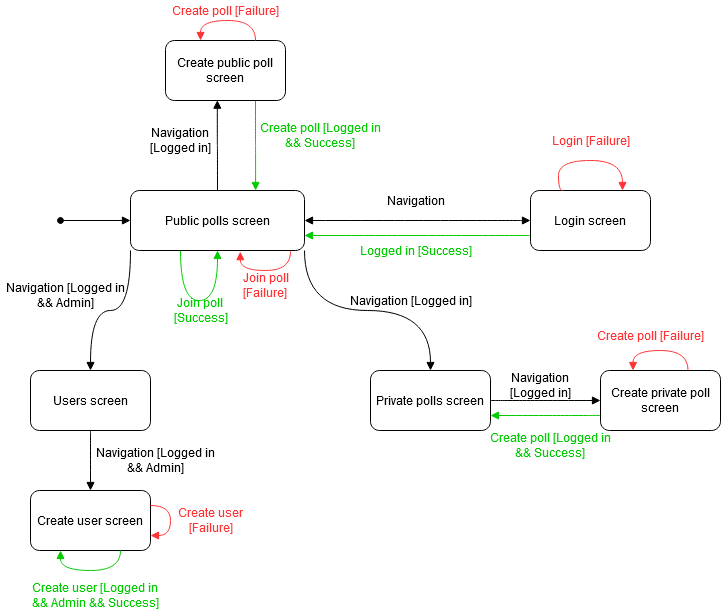
The draw.io diagram designdocument/assets/applicationflowdiagram.png in DAT250-Project-Groups-1/Design-and-Prototyping-Assignment-A, before a commit. Source tidied: cells renumbered, new cells last; positions are measured from the earlier drawing's top-left corner, leaving out a move shared by most shapes.
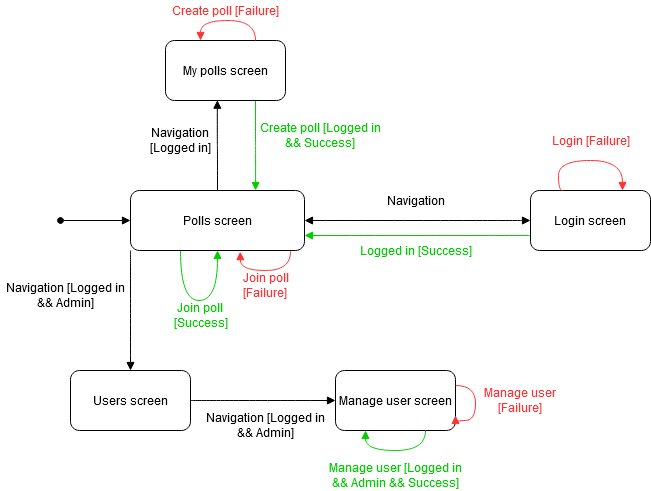
Later version of the same file.

Change to the diagram source:
```diff
@@ -2,24 +2,24 @@
   <root>
     <mxCell id="0" />
     <mxCell id="1" parent="0" />
-    <mxCell id="2" style="edgeStyle=orthogonalEdgeStyle;curved=1;jumpSize=8;jettySize=auto;html=1;entryX=1;entryY=0.5;entryDx=0;entryDy=0;startArrow=block;startFill=1;endArrow=block;endFill=1;" parent="1" edge="1" source="5" target="10">
+    <mxCell id="2" style="edgeStyle=orthogonalEdgeStyle;curved=1;jumpSize=8;jettySize=auto;html=1;entryX=1;entryY=0.5;entryDx=0;entryDy=0;startArrow=block;startFill=1;endArrow=block;endFill=1;" parent="1" edge="1" source="5" target="9">
       <mxGeometry relative="1" as="geometry" />
     </mxCell>
-    <mxCell id="3" style="edgeStyle=orthogonalEdgeStyle;curved=1;jumpSize=8;jettySize=auto;html=1;exitX=0;exitY=1;exitDx=0;exitDy=0;entryX=0.5;entryY=0;entryDx=0;entryDy=0;startArrow=none;startFill=0;endArrow=block;endFill=1;" parent="1" edge="1" source="10" target="14">
+    <mxCell id="3" style="edgeStyle=orthogonalEdgeStyle;curved=1;jumpSize=8;jettySize=auto;html=1;exitX=0;exitY=1;exitDx=0;exitDy=0;entryX=0.5;entryY=0;entryDx=0;entryDy=0;startArrow=none;startFill=0;endArrow=block;endFill=1;" parent="1" edge="1" source="9" target="11">
       <mxGeometry relative="1" as="geometry" />
     </mxCell>
-    <mxCell id="4" style="edgeStyle=orthogonalEdgeStyle;curved=1;jumpSize=8;jettySize=auto;html=1;exitX=0;exitY=0.75;exitDx=0;exitDy=0;entryX=1;entryY=0.75;entryDx=0;entryDy=0;startArrow=none;startFill=0;endArrow=block;endFill=1;strokeColor=#00CC00;" parent="1" edge="1" source="5" target="10">
+    <mxCell id="4" style="edgeStyle=orthogonalEdgeStyle;curved=1;jumpSize=8;jettySize=auto;html=1;exitX=0;exitY=0.75;exitDx=0;exitDy=0;entryX=1;entryY=0.75;entryDx=0;entryDy=0;startArrow=none;startFill=0;endArrow=block;endFill=1;strokeColor=#00CC00;" parent="1" edge="1" source="5" target="9">
       <mxGeometry relative="1" as="geometry" />
     </mxCell>
     <mxCell id="5" value="Login screen" style="rounded=1;whiteSpace=wrap;html=1;" parent="1" vertex="1">
       <mxGeometry x="530" y="190" width="120" height="60" as="geometry" />
     </mxCell>
-    <mxCell id="6" style="edgeStyle=orthogonalEdgeStyle;rounded=0;jettySize=auto;html=1;startArrow=block;startFill=1;endArrow=oval;endFill=1;jumpSize=8;" parent="1" edge="1" source="10">
+    <mxCell id="6" style="edgeStyle=orthogonalEdgeStyle;rounded=0;jettySize=auto;html=1;startArrow=block;startFill=1;endArrow=oval;endFill=1;jumpSize=8;" parent="1" edge="1" source="9">
       <mxGeometry relative="1" as="geometry">
         <mxPoint x="60" y="220" as="targetPoint" />
       </mxGeometry>
     </mxCell>
-    <mxCell id="7" style="edgeStyle=orthogonalEdgeStyle;curved=1;jumpSize=8;orthogonalLoop=1;jettySize=auto;html=1;entryX=0.5;entryY=1;entryDx=0;entryDy=0;startArrow=none;startFill=0;endArrow=block;endFill=1;strokeColor=#00CC00;" parent="1" edge="1" source="10" target="10">
+    <mxCell id="7" style="edgeStyle=orthogonalEdgeStyle;curved=1;jumpSize=8;orthogonalLoop=1;jettySize=auto;html=1;entryX=0.5;entryY=1;entryDx=0;entryDy=0;startArrow=none;startFill=0;endArrow=block;endFill=1;strokeColor=#00CC00;" parent="1" edge="1" source="9" target="9">
       <mxGeometry relative="1" as="geometry">
         <Array as="points">
           <mxPoint x="180" y="300" />
@@ -27,138 +27,102 @@
         </Array>
       </mxGeometry>
     </mxCell>
-    <mxCell id="8" style="edgeStyle=orthogonalEdgeStyle;curved=1;jumpSize=8;jettySize=auto;html=1;exitX=1;exitY=1;exitDx=0;exitDy=0;entryX=0.5;entryY=0;entryDx=0;entryDy=0;startArrow=none;startFill=0;endArrow=block;endFill=1;strokeColor=#000000;" parent="1" edge="1" source="10" target="24">
+    <mxCell id="8" style="edgeStyle=orthogonalEdgeStyle;curved=1;jumpSize=8;jettySize=auto;html=1;entryX=0.432;entryY=0.995;entryDx=0;entryDy=0;entryPerimeter=0;startArrow=none;startFill=0;endArrow=block;endFill=1;strokeColor=#000000;" parent="1" edge="1" source="9" target="21">
       <mxGeometry relative="1" as="geometry" />
     </mxCell>
-    <mxCell id="9" style="edgeStyle=orthogonalEdgeStyle;curved=1;jumpSize=8;jettySize=auto;html=1;entryX=0.432;entryY=0.995;entryDx=0;entryDy=0;entryPerimeter=0;startArrow=none;startFill=0;endArrow=block;endFill=1;strokeColor=#000000;" parent="1" edge="1" source="10" target="26">
-      <mxGeometry relative="1" as="geometry" />
+    <mxCell id="9" value="Polls screen" style="rounded=1;whiteSpace=wrap;html=1;" parent="1" vertex="1">
+      <mxGeometry x="130" y="190" width="174" height="60" as="geometry" />
     </mxCell>
-    <mxCell id="10" value="Public polls screen" style="rounded=1;whiteSpace=wrap;html=1;" parent="1" vertex="1">
-      <mxGeometry x="130" y="190" width="174" height="60" as="geometry" />
+    <mxCell id="10" style="edgeStyle=orthogonalEdgeStyle;curved=1;jumpSize=8;jettySize=auto;html=1;exitX=1;exitY=0.5;exitDx=0;exitDy=0;startArrow=none;startFill=0;endArrow=block;endFill=1;" parent="1" edge="1" source="11" target="26">
+      <mxGeometry relative="1" as="geometry" />
     </mxCell>
-    <mxCell id="11" style="edgeStyle=orthogonalEdgeStyle;curved=1;jumpSize=8;jettySize=auto;html=1;exitX=0;exitY=0.75;exitDx=0;exitDy=0;entryX=1;entryY=0.75;entryDx=0;entryDy=0;startArrow=none;startFill=0;endArrow=block;endFill=1;strokeColor=#00CC00;" parent="1" edge="1" source="12" target="24">
-      <mxGeometry relative="1" as="geometry" />
+    <mxCell id="11" value="&lt;div&gt;Users screen&lt;/div&gt;" style="rounded=1;whiteSpace=wrap;html=1;" parent="1" vertex="1">
+      <mxGeometry x="70" y="370" width="120" height="60" as="geometry" />
     </mxCell>
-    <mxCell id="12" value="Create private poll screen" style="rounded=1;whiteSpace=wrap;html=1;" parent="1" vertex="1">
-      <mxGeometry x="600" y="370" width="120" height="60" as="geometry" />
+    <mxCell id="12" style="edgeStyle=orthogonalEdgeStyle;jumpSize=8;orthogonalLoop=1;jettySize=auto;html=1;exitX=0.75;exitY=0;exitDx=0;exitDy=0;startArrow=block;startFill=1;endArrow=none;endFill=0;curved=1;entryX=0.25;entryY=0;entryDx=0;entryDy=0;strokeColor=#FF3333;" parent="1" edge="1">
+      <mxGeometry relative="1" as="geometry">
+        <mxPoint x="622" y="190" as="sourcePoint" />
+        <mxPoint x="562" y="190" as="targetPoint" />
+        <Array as="points">
+          <mxPoint x="622" y="160" />
+          <mxPoint x="558" y="160" />
+          <mxPoint x="558" y="190" />
+        </Array>
+      </mxGeometry>
     </mxCell>
-    <mxCell id="13" style="edgeStyle=orthogonalEdgeStyle;curved=1;jumpSize=8;jettySize=auto;html=1;exitX=0.5;exitY=1;exitDx=0;exitDy=0;startArrow=none;startFill=0;endArrow=block;endFill=1;" parent="1" edge="1" source="14" target="36">
-      <mxGeometry relative="1" as="geometry" />
+    <mxCell id="13" value="&lt;font color=&quot;#FF3333&quot;&gt;Login [Failure]&lt;/font&gt;" style="text;html=1;align=center;verticalAlign=middle;" parent="1" vertex="1">
+      <mxGeometry x="545" y="130" width="90" height="20" as="geometry" />
     </mxCell>
-    <mxCell id="14" value="&lt;div&gt;Users screen&lt;/div&gt;" style="rounded=1;whiteSpace=wrap;html=1;" parent="1" vertex="1">
-      <mxGeometry x="30" y="370" width="120" height="60" as="geometry" />
+    <mxCell id="14" value="&lt;div&gt;Navigation&lt;/div&gt;" style="text;html=1;align=center;verticalAlign=middle;points=[];" parent="1" vertex="1">
+      <mxGeometry x="380" y="190" width="70" height="20" as="geometry" />
     </mxCell>
-    <mxCell id="15" style="edgeStyle=orthogonalEdgeStyle;jumpSize=8;orthogonalLoop=1;jettySize=auto;html=1;exitX=0.75;exitY=0;exitDx=0;exitDy=0;startArrow=block;startFill=1;endArrow=none;endFill=0;curved=1;entryX=0.25;entryY=0;entryDx=0;entryDy=0;strokeColor=#FF3333;" parent="1" edge="1">
-      <mxGeometry relative="1" as="geometry">
-        <mxPoint x="622" y="190" as="sourcePoint" />
-        <mxPoint x="562" y="190" as="targetPoint" />
-        <Array as="points">
-          <mxPoint x="622" y="160" />
-          <mxPoint x="558" y="160" />
-          <mxPoint x="558" y="190" />
-        </Array>
-      </mxGeometry>
+    <mxCell id="15" value="&lt;font color=&quot;#00CC00&quot;&gt;Join poll&lt;br&gt;[Success]&lt;br&gt;&lt;/font&gt;" style="text;html=1;align=center;verticalAlign=middle;" parent="1" vertex="1">
+      <mxGeometry x="165" y="300" width="70" height="30" as="geometry" />
     </mxCell>
-    <mxCell id="16" value="&lt;font color=&quot;#FF3333&quot;&gt;Login [Failure]&lt;/font&gt;" style="text;html=1;align=center;verticalAlign=middle;" parent="1" vertex="1">
-      <mxGeometry x="545" y="130" width="90" height="20" as="geometry" />
+    <mxCell id="16" value="Navigation [Logged in&lt;br&gt;&amp;amp;&amp;amp; Admin]" style="text;html=1;align=center;verticalAlign=middle;" parent="1" vertex="1">
+      <mxGeometry y="280" width="130" height="30" as="geometry" />
     </mxCell>
-    <mxCell id="17" value="&lt;div&gt;Navigation&lt;/div&gt;" style="text;html=1;align=center;verticalAlign=middle;" parent="1" vertex="1">
-      <mxGeometry x="380" y="190" width="70" height="20" as="geometry" />
+    <mxCell id="17" style="edgeStyle=orthogonalEdgeStyle;curved=1;jumpSize=8;jettySize=auto;html=1;entryX=0.631;entryY=1.019;entryDx=0;entryDy=0;startArrow=none;startFill=0;endArrow=block;endFill=1;strokeColor=#FF3333;entryPerimeter=0;" parent="1" edge="1" target="9">
+      <mxGeometry relative="1" as="geometry">
+        <mxPoint x="290" y="251" as="sourcePoint" />
+        <Array as="points">
+          <mxPoint x="290" y="270" />
+          <mxPoint x="240" y="270" />
+        </Array>
+      </mxGeometry>
     </mxCell>
-    <mxCell id="18" value="&lt;font color=&quot;#00CC00&quot;&gt;Join poll&lt;br&gt;[Success]&lt;br&gt;&lt;/font&gt;" style="text;html=1;align=center;verticalAlign=middle;" parent="1" vertex="1">
-      <mxGeometry x="165" y="295" width="70" height="30" as="geometry" />
+    <mxCell id="18" value="&lt;font color=&quot;#FF3333&quot;&gt;Join poll &lt;br&gt;[Failure]&lt;br&gt;&lt;/font&gt;" style="text;html=1;align=center;verticalAlign=middle;" parent="1" vertex="1">
+      <mxGeometry x="235" y="270" width="60" height="30" as="geometry" />
     </mxCell>
-    <mxCell id="19" value="Navigation [Logged in&lt;br&gt;&amp;amp;&amp;amp; Admin]" style="text;html=1;align=center;verticalAlign=middle;" parent="1" vertex="1">
-      <mxGeometry y="280" width="130" height="30" as="geometry" />
+    <mxCell id="19" value="&lt;div&gt;&lt;font color=&quot;#00CC00&quot;&gt;Logged in [Success]&lt;/font&gt;&lt;/div&gt;" style="text;html=1;align=center;verticalAlign=middle;" parent="1" vertex="1">
+      <mxGeometry x="350" y="240" width="130" height="20" as="geometry" />
     </mxCell>
-    <mxCell id="20" style="edgeStyle=orthogonalEdgeStyle;curved=1;jumpSize=8;jettySize=auto;html=1;entryX=0.631;entryY=1.019;entryDx=0;entryDy=0;startArrow=none;startFill=0;endArrow=block;endFill=1;strokeColor=#FF3333;entryPerimeter=0;" parent="1" edge="1" target="10">
-      <mxGeometry relative="1" as="geometry">
-        <mxPoint x="290" y="251" as="sourcePoint" />
-        <Array as="points">
-          <mxPoint x="290" y="270" />
-          <mxPoint x="240" y="270" />
-        </Array>
-      </mxGeometry>
+    <mxCell id="20" style="edgeStyle=orthogonalEdgeStyle;curved=1;jumpSize=8;jettySize=auto;html=1;exitX=0.75;exitY=1;exitDx=0;exitDy=0;entryX=0.719;entryY=0;entryDx=0;entryDy=0;entryPerimeter=0;startArrow=none;startFill=0;endArrow=block;endFill=1;strokeColor=#00CC00;" parent="1" edge="1" source="21" target="9">
+      <mxGeometry relative="1" as="geometry" />
     </mxCell>
-    <mxCell id="21" value="&lt;font color=&quot;#FF3333&quot;&gt;Join poll &lt;br&gt;[Failure]&lt;br&gt;&lt;/font&gt;" style="text;html=1;align=center;verticalAlign=middle;points=[];" parent="1" vertex="1">
-      <mxGeometry x="235" y="270" width="60" height="30" as="geometry" />
+    <mxCell id="21" value="My polls screen" style="rounded=1;whiteSpace=wrap;html=1;" parent="1" vertex="1">
+      <mxGeometry x="165" y="40" width="120" height="60" as="geometry" />
     </mxCell>
-    <mxCell id="22" value="&lt;div&gt;&lt;font color=&quot;#00CC00&quot;&gt;Logged in [Success]&lt;/font&gt;&lt;/div&gt;" style="text;html=1;align=center;verticalAlign=middle;" parent="1" vertex="1">
-      <mxGeometry x="350" y="240" width="130" height="20" as="geometry" />
+    <mxCell id="22" value="Navigation &lt;br&gt;[Logged in]" style="text;html=1;align=center;verticalAlign=middle;" parent="1" vertex="1">
+      <mxGeometry x="140" y="125" width="80" height="30" as="geometry" />
     </mxCell>
-    <mxCell id="23" style="edgeStyle=orthogonalEdgeStyle;curved=1;jumpSize=8;jettySize=auto;html=1;entryX=0;entryY=0.5;entryDx=0;entryDy=0;startArrow=none;startFill=0;endArrow=block;endFill=1;strokeColor=#000000;" parent="1" edge="1" source="24" target="12">
-      <mxGeometry relative="1" as="geometry" />
+    <mxCell id="23" style="edgeStyle=orthogonalEdgeStyle;curved=1;jumpSize=8;orthogonalLoop=1;jettySize=auto;html=1;exitX=0.75;exitY=0;exitDx=0;exitDy=0;entryX=0.292;entryY=0;entryDx=0;entryDy=0;entryPerimeter=0;startArrow=none;startFill=0;endArrow=block;endFill=1;strokeColor=#FF3333;" parent="1" edge="1" source="21" target="21">
+      <mxGeometry relative="1" as="geometry">
+        <Array as="points">
+          <mxPoint x="255" y="20" />
+          <mxPoint x="200" y="20" />
+        </Array>
+      </mxGeometry>
     </mxCell>
-    <mxCell id="24" value="Private polls screen" style="rounded=1;whiteSpace=wrap;html=1;" parent="1" vertex="1">
-      <mxGeometry x="370" y="370" width="120" height="60" as="geometry" />
+    <mxCell id="24" value="&lt;font color=&quot;#FF3333&quot;&gt;Create poll [Failure]&lt;br&gt;&lt;/font&gt;" style="text;html=1;align=center;verticalAlign=middle;points=[];" parent="1" vertex="1">
+      <mxGeometry x="165" width="120" height="20" as="geometry" />
     </mxCell>
-    <mxCell id="25" style="edgeStyle=orthogonalEdgeStyle;curved=1;jumpSize=8;jettySize=auto;html=1;exitX=0.75;exitY=1;exitDx=0;exitDy=0;entryX=0.719;entryY=0;entryDx=0;entryDy=0;entryPerimeter=0;startArrow=none;startFill=0;endArrow=block;endFill=1;strokeColor=#00CC00;" parent="1" edge="1" source="26" target="10">
-      <mxGeometry relative="1" as="geometry" />
+    <mxCell id="25" value="&lt;font color=&quot;#00CC00&quot;&gt;Create poll [Logged in &lt;br&gt;&amp;amp;&amp;amp; Success]&lt;br&gt;&lt;/font&gt;" style="text;html=1;align=center;verticalAlign=middle;" parent="1" vertex="1">
+      <mxGeometry x="250" y="120" width="140" height="30" as="geometry" />
     </mxCell>
-    <mxCell id="26" value="Create public poll screen" style="rounded=1;whiteSpace=wrap;html=1;" parent="1" vertex="1">
-      <mxGeometry x="165" y="40" width="120" height="60" as="geometry" />
+    <mxCell id="26" value="Manage user screen" style="rounded=1;whiteSpace=wrap;html=1;" parent="1" vertex="1">
+      <mxGeometry x="335" y="370" width="120" height="60" as="geometry" />
     </mxCell>
-    <mxCell id="27" value="Navigation [Logged in]" style="text;html=1;align=center;verticalAlign=middle;" parent="1" vertex="1">
-      <mxGeometry x="340" y="290" width="140" height="20" as="geometry" />
+    <mxCell id="27" value="Navigation [Logged in&lt;br&gt;&amp;amp;&amp;amp; Admin]" style="text;html=1;align=center;verticalAlign=middle;" parent="1" vertex="1">
+      <mxGeometry x="200" y="410" width="130" height="30" as="geometry" />
     </mxCell>
-    <mxCell id="28" value="Navigation &lt;br&gt;[Logged in]" style="text;html=1;align=center;verticalAlign=middle;" parent="1" vertex="1">
-      <mxGeometry x="500" y="370" width="80" height="30" as="geometry" />
+    <mxCell id="28" style="edgeStyle=orthogonalEdgeStyle;curved=1;jumpSize=8;orthogonalLoop=1;jettySize=auto;html=1;exitX=1;exitY=0.25;exitDx=0;exitDy=0;entryX=1;entryY=0.75;entryDx=0;entryDy=0;startArrow=none;startFill=0;endArrow=block;endFill=1;strokeColor=#FF3333;" parent="1" edge="1" source="26" target="26">
+      <mxGeometry relative="1" as="geometry">
+        <Array as="points">
+          <mxPoint x="475" y="385" />
+          <mxPoint x="475" y="420" />
+          <mxPoint x="455" y="420" />
+        </Array>
+      </mxGeometry>
     </mxCell>
-    <mxCell id="29" value="Navigation &lt;br&gt;[Logged in]" style="text;html=1;align=center;verticalAlign=middle;" parent="1" vertex="1">
-      <mxGeometry x="140" y="125" width="80" height="30" as="geometry" />
+    <mxCell id="29" value="&lt;font color=&quot;#FF3333&quot;&gt;Manage user &lt;br&gt;[Failure]&lt;/font&gt;" style="text;html=1;align=center;verticalAlign=middle;" parent="1" vertex="1">
+      <mxGeometry x="474" y="385" width="90" height="30" as="geometry" />
     </mxCell>
-    <mxCell id="30" style="edgeStyle=orthogonalEdgeStyle;curved=1;jumpSize=8;orthogonalLoop=1;jettySize=auto;html=1;exitX=0.75;exitY=0;exitDx=0;exitDy=0;entryX=0.292;entryY=0;entryDx=0;entryDy=0;entryPerimeter=0;startArrow=none;startFill=0;endArrow=block;endFill=1;strokeColor=#FF3333;" parent="1" edge="1" source="26" target="26">
-      <mxGeometry relative="1" as="geometry">
-        <Array as="points">
-          <mxPoint x="255" y="20" />
-          <mxPoint x="200" y="20" />
-        </Array>
-      </mxGeometry>
+    <mxCell id="30" value="&lt;font color=&quot;#00CC00&quot;&gt;Manage user [Logged in &lt;br&gt;&amp;amp;&amp;amp; Admin &amp;amp;&amp;amp; Success]&lt;br&gt;&lt;/font&gt;" style="text;html=1;align=center;verticalAlign=middle;" parent="1" vertex="1">
+      <mxGeometry x="320" y="460" width="150" height="30" as="geometry" />
     </mxCell>
-    <mxCell id="31" value="&lt;font color=&quot;#FF3333&quot;&gt;Create poll [Failure]&lt;br&gt;&lt;/font&gt;" style="text;html=1;align=center;verticalAlign=middle;" parent="1" vertex="1">
-      <mxGeometry x="165" width="120" height="20" as="geometry" />
+    <mxCell id="31" style="edgeStyle=orthogonalEdgeStyle;curved=1;jumpSize=8;orthogonalLoop=1;jettySize=auto;html=1;exitX=0.75;exitY=1;exitDx=0;exitDy=0;entryX=0.25;entryY=1;entryDx=0;entryDy=0;startArrow=none;startFill=0;endArrow=block;endFill=1;strokeColor=#00CC00;" parent="1" edge="1" source="26" target="26">
+      <mxGeometry relative="1" as="geometry" />
     </mxCell>
-    <mxCell id="32" value="&lt;font color=&quot;#00CC00&quot;&gt;Create poll [Logged in &lt;br&gt;&amp;amp;&amp;amp; Success]&lt;br&gt;&lt;/font&gt;" style="text;html=1;align=center;verticalAlign=middle;" parent="1" vertex="1">
-      <mxGeometry x="250" y="120" width="140" height="30" as="geometry" />
-    </mxCell>
-    <mxCell id="33" style="edgeStyle=orthogonalEdgeStyle;curved=1;jumpSize=8;orthogonalLoop=1;jettySize=auto;html=1;exitX=0.75;exitY=0;exitDx=0;exitDy=0;entryX=0.292;entryY=0;entryDx=0;entryDy=0;entryPerimeter=0;startArrow=none;startFill=0;endArrow=block;endFill=1;strokeColor=#FF3333;" parent="1" edge="1">
-      <mxGeometry relative="1" as="geometry">
-        <mxPoint x="687.5" y="370" as="sourcePoint" />
-        <mxPoint x="632.5" y="370" as="targetPoint" />
-        <Array as="points">
-          <mxPoint x="687.5" y="350" />
-          <mxPoint x="632.5" y="350" />
-        </Array>
-      </mxGeometry>
-    </mxCell>
-    <mxCell id="34" value="&lt;font color=&quot;#FF3333&quot;&gt;Create poll [Failure]&lt;br&gt;&lt;/font&gt;" style="text;html=1;align=center;verticalAlign=middle;" parent="1" vertex="1">
-      <mxGeometry x="590" y="325" width="120" height="20" as="geometry" />
-    </mxCell>
-    <mxCell id="35" value="&lt;font color=&quot;#00CC00&quot;&gt;Create poll [Logged in &lt;br&gt;&amp;amp;&amp;amp; Success]&lt;br&gt;&lt;/font&gt;" style="text;html=1;align=center;verticalAlign=middle;" parent="1" vertex="1">
-      <mxGeometry x="480" y="430" width="140" height="30" as="geometry" />
-    </mxCell>
-    <mxCell id="36" value="Create user screen" style="rounded=1;whiteSpace=wrap;html=1;" parent="1" vertex="1">
-      <mxGeometry x="30" y="490" width="120" height="60" as="geometry" />
-    </mxCell>
-    <mxCell id="37" value="Navigation [Logged in&lt;br&gt;&amp;amp;&amp;amp; Admin]" style="text;html=1;align=center;verticalAlign=middle;" parent="1" vertex="1">
-      <mxGeometry x="90" y="445" width="130" height="30" as="geometry" />
-    </mxCell>
-    <mxCell id="38" style="edgeStyle=orthogonalEdgeStyle;curved=1;jumpSize=8;orthogonalLoop=1;jettySize=auto;html=1;exitX=1;exitY=0.25;exitDx=0;exitDy=0;entryX=1;entryY=0.75;entryDx=0;entryDy=0;startArrow=none;startFill=0;endArrow=block;endFill=1;strokeColor=#FF3333;" parent="1" edge="1" source="36" target="36">
-      <mxGeometry relative="1" as="geometry">
-        <Array as="points">
-          <mxPoint x="170" y="505" />
-          <mxPoint x="170" y="535" />
-        </Array>
-      </mxGeometry>
-    </mxCell>
-    <mxCell id="39" value="&lt;font color=&quot;#FF3333&quot;&gt;Create user &lt;br&gt;[Failure]&lt;/font&gt;" style="text;html=1;align=center;verticalAlign=middle;" parent="1" vertex="1">
-      <mxGeometry x="170" y="505" width="80" height="30" as="geometry" />
-    </mxCell>
-    <mxCell id="40" value="&lt;font color=&quot;#00CC00&quot;&gt;Create user [Logged in &lt;br&gt;&amp;amp;&amp;amp; Admin &amp;amp;&amp;amp; Success]&lt;br&gt;&lt;/font&gt;" style="text;html=1;align=center;verticalAlign=middle;" parent="1" vertex="1">
-      <mxGeometry x="25" y="580" width="140" height="30" as="geometry" />
-    </mxCell>
-    <mxCell id="41" style="edgeStyle=orthogonalEdgeStyle;curved=1;jumpSize=8;orthogonalLoop=1;jettySize=auto;html=1;exitX=0.75;exitY=1;exitDx=0;exitDy=0;entryX=0.25;entryY=1;entryDx=0;entryDy=0;startArrow=none;startFill=0;endArrow=block;endFill=1;strokeColor=#00CC00;" parent="1" edge="1" source="36" target="36">
-      <mxGeometry relative="1" as="geometry" />
-    </mxCell>
   </root>
 </mxGraphModel>
```
